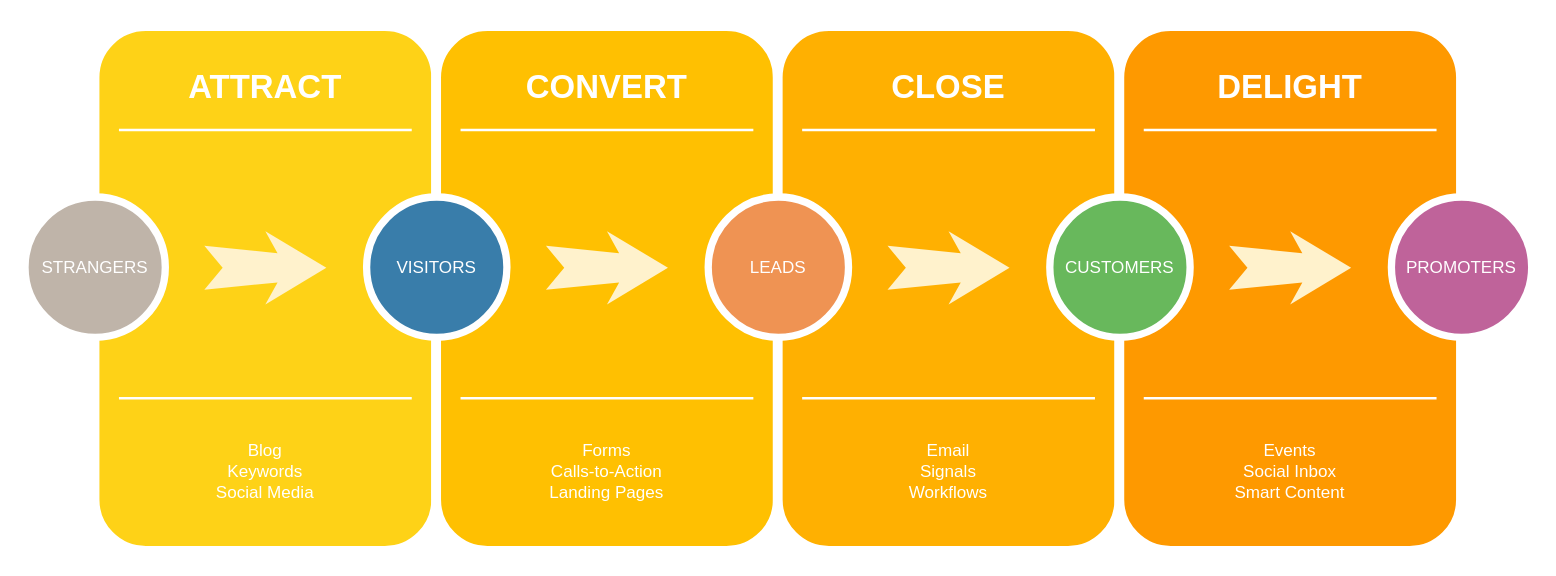
Before: Untitled Diagram.drawio in dvsocean/drawiocontent, a draw.io diagram. Source tidied: cells renumbered, new cells numbered last; positions are measured from the earlier drawing's top-left corner, leaving out a move shared by most shapes. Both pictures are drawn from the tidied source at 122%, with x=0, y=0 at pixel (24, 26).
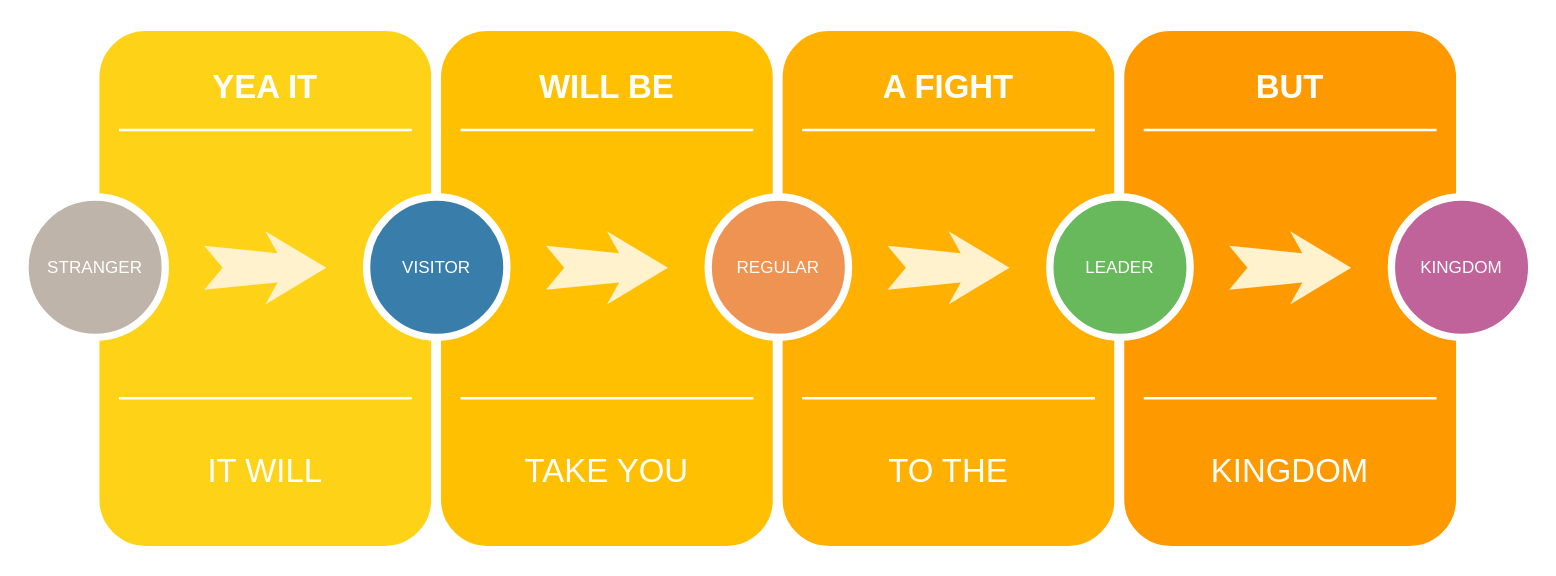
After the change.

Commit message:
update battle size

The edit, as a diff of the source:
```diff
@@
-    <mxCell id="3" value="ATTRACT" style="text;html=1;strokeColor=none;fillColor=none;align=center;verticalAlign=middle;whiteSpace=wrap;rounded=0;shadow=0;fontSize=27;fontColor=#FFFFFF;fontStyle=1;" parent="1" vertex="1">
+    <mxCell id="3" value="YEA IT" style="text;html=1;strokeColor=none;fillColor=none;align=center;verticalAlign=middle;whiteSpace=wrap;rounded=0;shadow=0;fontSize=27;fontColor=#FFFFFF;fontStyle=1;" parent="1" vertex="1">
       <mxGeometry x="57" y="20" width="280" height="60" as="geometry" />
     </mxCell>
-    <mxCell id="4" value="Blog&lt;div&gt;Keywords&lt;/div&gt;&lt;div&gt;Social Media&lt;/div&gt;" style="text;html=1;strokeColor=none;fillColor=none;align=center;verticalAlign=middle;whiteSpace=wrap;rounded=0;shadow=0;fontSize=14;fontColor=#FFFFFF;" parent="1" vertex="1">
+    <mxCell id="4" value="&lt;font style=&quot;font-size: 27px;&quot;&gt;IT WILL&lt;/font&gt;" style="text;html=1;strokeColor=none;fillColor=none;align=center;verticalAlign=middle;whiteSpace=wrap;rounded=0;shadow=0;fontSize=14;fontColor=#FFFFFF;" parent="1" vertex="1">
       <mxGeometry x="57" y="320" width="280" height="90" as="geometry" />
     </mxCell>
@@
-    <mxCell id="7" value="STRANGERS" style="ellipse;whiteSpace=wrap;html=1;rounded=0;shadow=0;strokeWidth=6;fontSize=14;align=center;fillColor=#BFB4A9;strokeColor=#FFFFFF;fontColor=#FFFFFF;" parent="1" vertex="1">
+    <mxCell id="7" value="STRANGER" style="ellipse;whiteSpace=wrap;html=1;rounded=0;shadow=0;strokeWidth=6;fontSize=14;align=center;fillColor=#BFB4A9;strokeColor=#FFFFFF;fontColor=#FFFFFF;" parent="1" vertex="1">
       <mxGeometry y="140" width="115" height="115" as="geometry" />
     </mxCell>
@@
-    <mxCell id="10" value="CONVERT" style="text;html=1;strokeColor=none;fillColor=none;align=center;verticalAlign=middle;whiteSpace=wrap;rounded=0;shadow=0;fontSize=27;fontColor=#FFFFFF;fontStyle=1;" parent="1" vertex="1">
+    <mxCell id="10" value="WILL BE" style="text;html=1;strokeColor=none;fillColor=none;align=center;verticalAlign=middle;whiteSpace=wrap;rounded=0;shadow=0;fontSize=27;fontColor=#FFFFFF;fontStyle=1;" parent="1" vertex="1">
       <mxGeometry x="337" y="20" width="280" height="60" as="geometry" />
     </mxCell>
-    <mxCell id="11" value="Forms&lt;div&gt;Calls-to-Action&lt;/div&gt;&lt;div&gt;Landing Pages&lt;/div&gt;" style="text;html=1;strokeColor=none;fillColor=none;align=center;verticalAlign=middle;whiteSpace=wrap;rounded=0;shadow=0;fontSize=14;fontColor=#FFFFFF;" parent="1" vertex="1">
+    <mxCell id="11" value="&lt;font style=&quot;font-size: 27px;&quot;&gt;TAKE YOU&lt;/font&gt;" style="text;html=1;strokeColor=none;fillColor=none;align=center;verticalAlign=middle;whiteSpace=wrap;rounded=0;shadow=0;fontSize=14;fontColor=#FFFFFF;" parent="1" vertex="1">
       <mxGeometry x="337" y="320" width="280" height="90" as="geometry" />
     </mxCell>
@@
-    <mxCell id="14" value="VISITORS" style="ellipse;whiteSpace=wrap;html=1;rounded=0;shadow=0;strokeWidth=6;fontSize=14;align=center;fillColor=#397DAA;strokeColor=#FFFFFF;fontColor=#FFFFFF;" parent="1" vertex="1">
+    <mxCell id="14" value="VISITOR" style="ellipse;whiteSpace=wrap;html=1;rounded=0;shadow=0;strokeWidth=6;fontSize=14;align=center;fillColor=#397DAA;strokeColor=#FFFFFF;fontColor=#FFFFFF;" parent="1" vertex="1">
       <mxGeometry x="280" y="140" width="115" height="115" as="geometry" />
     </mxCell>
@@
-    <mxCell id="17" value="CLOSE" style="text;html=1;strokeColor=none;fillColor=none;align=center;verticalAlign=middle;whiteSpace=wrap;rounded=0;shadow=0;fontSize=27;fontColor=#FFFFFF;fontStyle=1;" parent="1" vertex="1">
+    <mxCell id="17" value="A FIGHT" style="text;html=1;strokeColor=none;fillColor=none;align=center;verticalAlign=middle;whiteSpace=wrap;rounded=0;shadow=0;fontSize=27;fontColor=#FFFFFF;fontStyle=1;" parent="1" vertex="1">
       <mxGeometry x="617" y="20" width="280" height="60" as="geometry" />
     </mxCell>
-    <mxCell id="18" value="Email&lt;div&gt;Signals&lt;/div&gt;&lt;div&gt;Workflows&lt;/div&gt;" style="text;html=1;strokeColor=none;fillColor=none;align=center;verticalAlign=middle;whiteSpace=wrap;rounded=0;shadow=0;fontSize=14;fontColor=#FFFFFF;" parent="1" vertex="1">
+    <mxCell id="18" value="&lt;font style=&quot;font-size: 27px;&quot;&gt;TO THE&lt;/font&gt;" style="text;html=1;strokeColor=none;fillColor=none;align=center;verticalAlign=middle;whiteSpace=wrap;rounded=0;shadow=0;fontSize=14;fontColor=#FFFFFF;" parent="1" vertex="1">
       <mxGeometry x="617" y="320" width="280" height="90" as="geometry" />
     </mxCell>
@@
-    <mxCell id="21" value="LEADS" style="ellipse;whiteSpace=wrap;html=1;rounded=0;shadow=0;strokeWidth=6;fontSize=14;align=center;fillColor=#EF9353;strokeColor=#FFFFFF;fontColor=#FFFFFF;" parent="1" vertex="1">
+    <mxCell id="21" value="REGULAR" style="ellipse;whiteSpace=wrap;html=1;rounded=0;shadow=0;strokeWidth=6;fontSize=14;align=center;fillColor=#EF9353;strokeColor=#FFFFFF;fontColor=#FFFFFF;" parent="1" vertex="1">
       <mxGeometry x="560" y="140" width="115" height="115" as="geometry" />
     </mxCell>
@@
-    <mxCell id="24" value="DELIGHT" style="text;html=1;strokeColor=none;fillColor=none;align=center;verticalAlign=middle;whiteSpace=wrap;rounded=0;shadow=0;fontSize=27;fontColor=#FFFFFF;fontStyle=1;" parent="1" vertex="1">
+    <mxCell id="24" value="BUT" style="text;html=1;strokeColor=none;fillColor=none;align=center;verticalAlign=middle;whiteSpace=wrap;rounded=0;shadow=0;fontSize=27;fontColor=#FFFFFF;fontStyle=1;" parent="1" vertex="1">
       <mxGeometry x="897" y="20" width="280" height="60" as="geometry" />
     </mxCell>
-    <mxCell id="25" value="Events&lt;div&gt;Social Inbox&lt;/div&gt;&lt;div&gt;Smart Content&lt;/div&gt;" style="text;html=1;strokeColor=none;fillColor=none;align=center;verticalAlign=middle;whiteSpace=wrap;rounded=0;shadow=0;fontSize=14;fontColor=#FFFFFF;" parent="1" vertex="1">
+    <mxCell id="25" value="&lt;font style=&quot;font-size: 27px;&quot;&gt;KINGDOM&lt;/font&gt;" style="text;html=1;strokeColor=none;fillColor=none;align=center;verticalAlign=middle;whiteSpace=wrap;rounded=0;shadow=0;fontSize=14;fontColor=#FFFFFF;" parent="1" vertex="1">
       <mxGeometry x="897" y="320" width="280" height="90" as="geometry" />
     </mxCell>
@@
-    <mxCell id="28" value="CUSTOMERS" style="ellipse;whiteSpace=wrap;html=1;rounded=0;shadow=0;strokeWidth=6;fontSize=14;align=center;fillColor=#68B85C;strokeColor=#FFFFFF;fontColor=#FFFFFF;" parent="1" vertex="1">
+    <mxCell id="28" value="LEADER" style="ellipse;whiteSpace=wrap;html=1;rounded=0;shadow=0;strokeWidth=6;fontSize=14;align=center;fillColor=#68B85C;strokeColor=#FFFFFF;fontColor=#FFFFFF;" parent="1" vertex="1">
       <mxGeometry x="840" y="140" width="115" height="115" as="geometry" />
     </mxCell>
@@
-    <mxCell id="30" value="PROMOTERS" style="ellipse;whiteSpace=wrap;html=1;rounded=0;shadow=0;strokeWidth=6;fontSize=14;align=center;fillColor=#BF639A;strokeColor=#FFFFFF;fontColor=#FFFFFF;" parent="1" vertex="1">
+    <mxCell id="30" value="KINGDOM" style="ellipse;whiteSpace=wrap;html=1;rounded=0;shadow=0;strokeWidth=6;fontSize=14;align=center;fillColor=#BF639A;strokeColor=#FFFFFF;fontColor=#FFFFFF;" parent="1" vertex="1">
       <mxGeometry x="1120" y="140" width="115" height="115" as="geometry" />
     </mxCell>
```
